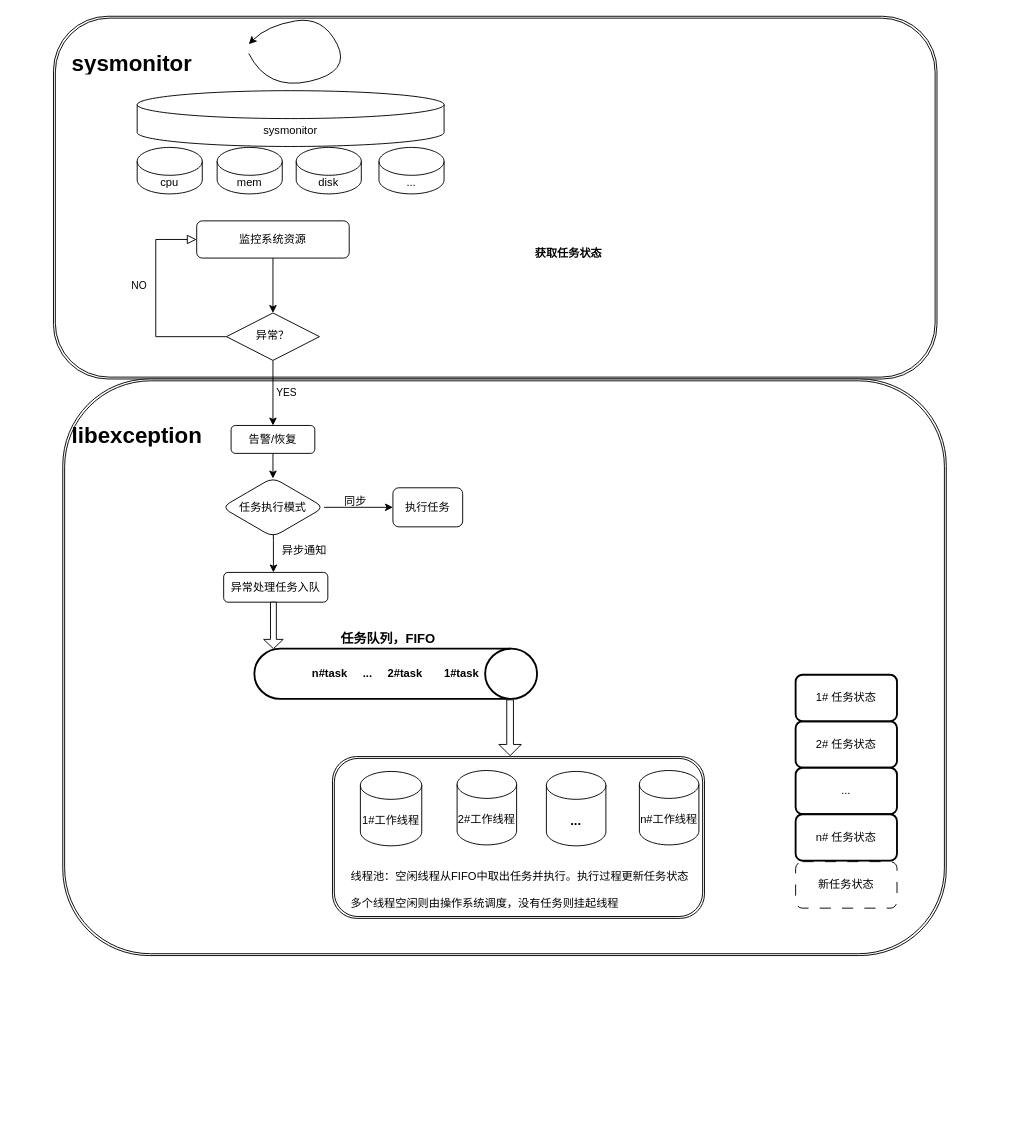
sj168/snd_be keeps this draw.io diagram as 1.drawio. Above is the earlier version. Source tidied: cells renumbered, new cells numbered last; positions are measured from the earlier drawing's top-left corner, leaving out a move shared by most shapes. Both pictures are drawn from the tidied source at 93%, with x=0, y=0 at pixel (53, 16).
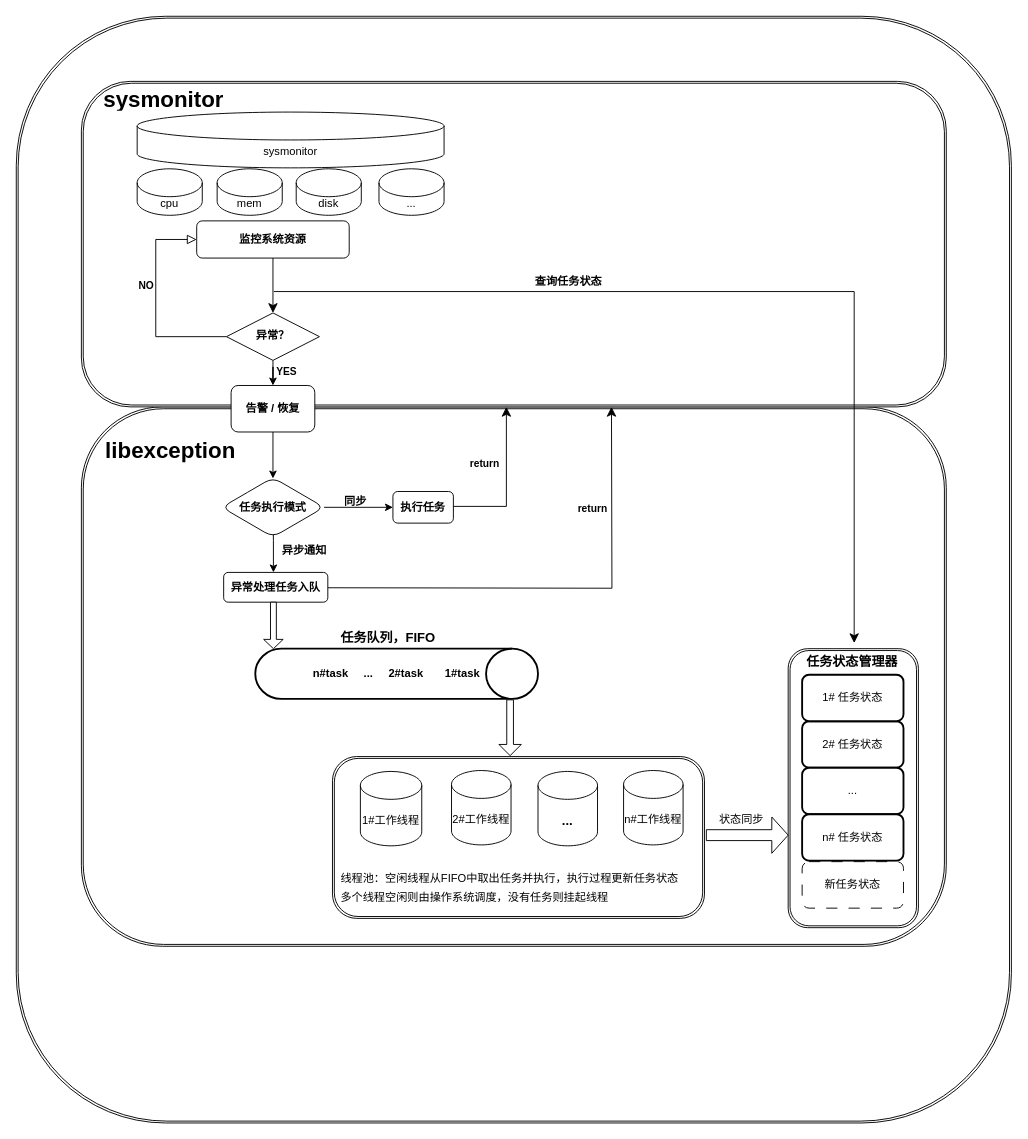
Above is the later version.

The edit, as a diff of the source:
```diff
@@
-    <mxCell id="2" style="shape=ext;double=1;rounded=1;whiteSpace=wrap;html=1;" parent="1" vertex="1">
-      <mxGeometry x="694" y="590" width="120" height="80" as="geometry" />
-    </mxCell>
-    <mxCell id="3" style="shape=ext;double=1;rounded=1;whiteSpace=wrap;html=1;" parent="1" vertex="1">
-      <mxGeometry x="780" y="660" width="160" height="310" as="geometry" />
-    </mxCell>
-    <mxCell id="4" style="shape=ext;double=1;rounded=1;whiteSpace=wrap;html=1;" parent="1" vertex="1">
-      <mxGeometry x="776" y="667" width="154" height="313" as="geometry" />
-    </mxCell>
-    <mxCell id="5" style="shape=ext;double=1;rounded=1;whiteSpace=wrap;html=1;" parent="1" vertex="1">
-      <mxGeometry x="777" y="690" width="143" height="280" as="geometry" />
-    </mxCell>
+    <mxCell id="47" style="shape=ext;double=1;rounded=1;whiteSpace=wrap;html=1;" parent="1" vertex="1">
+      <mxGeometry x="-40" width="1070" height="1190" as="geometry" />
+    </mxCell>
+    <mxCell id="48" style="shape=ext;double=1;rounded=1;whiteSpace=wrap;html=1;" parent="1" vertex="1">
+      <mxGeometry x="30" y="420" width="930" height="580" as="geometry" />
+    </mxCell>
+    <mxCell id="49" style="shape=ext;double=1;rounded=1;whiteSpace=wrap;html=1;" parent="1" vertex="1">
+      <mxGeometry x="790" y="680" width="140" height="300" as="geometry" />
+    </mxCell>
     <mxCell id="6" style="shape=ext;double=1;rounded=1;whiteSpace=wrap;html=1;" parent="1" vertex="1">
-      <mxGeometry width="950" height="390" as="geometry" />
+      <mxGeometry x="30" y="70" width="930" height="350" as="geometry" />
     </mxCell>
-    <mxCell id="7" style="shape=ext;double=1;rounded=1;whiteSpace=wrap;html=1;" parent="1" vertex="1">
-      <mxGeometry x="10" y="390" width="950" height="620" as="geometry" />
-    </mxCell>
@@
     <mxCell id="9" value="sysmonitor" style="shape=cylinder3;whiteSpace=wrap;html=1;boundedLbl=1;backgroundOutline=1;size=15;" parent="1" vertex="1">
-      <mxGeometry x="90" y="80" width="330" height="60" as="geometry" />
+      <mxGeometry x="90" y="103" width="330" height="60" as="geometry" />
     </mxCell>
     <mxCell id="10" value="cpu" style="shape=cylinder3;whiteSpace=wrap;html=1;boundedLbl=1;backgroundOutline=1;size=15;" parent="1" vertex="1">
-      <mxGeometry x="90" y="141" width="70" height="50" as="geometry" />
+      <mxGeometry x="90" y="164" width="70" height="50" as="geometry" />
     </mxCell>
     <mxCell id="11" value="mem" style="shape=cylinder3;whiteSpace=wrap;html=1;boundedLbl=1;backgroundOutline=1;size=15;" parent="1" vertex="1">
-      <mxGeometry x="176" y="141" width="70" height="50" as="geometry" />
+      <mxGeometry x="176" y="164" width="70" height="50" as="geometry" />
     </mxCell>
     <mxCell id="12" value="..." style="shape=cylinder3;whiteSpace=wrap;html=1;boundedLbl=1;backgroundOutline=1;size=15;" parent="1" vertex="1">
-      <mxGeometry x="350" y="141" width="70" height="50" as="geometry" />
+      <mxGeometry x="350" y="164" width="70" height="50" as="geometry" />
     </mxCell>
     <mxCell id="13" value="disk" style="shape=cylinder3;whiteSpace=wrap;html=1;boundedLbl=1;backgroundOutline=1;size=15;" parent="1" vertex="1">
-      <mxGeometry x="261" y="141" width="70" height="50" as="geometry" />
+      <mxGeometry x="261" y="164" width="70" height="50" as="geometry" />
     </mxCell>
-    <mxCell id="14" style="curved=1;endArrow=classic;html=1;rounded=0;" parent="1" edge="1">
-      <mxGeometry relative="1" as="geometry">
-        <mxPoint x="210" y="40" as="sourcePoint" />
-        <mxPoint x="210" y="30" as="targetPoint" />
-        <Array as="points">
-          <mxPoint x="230" y="80" />
-          <mxPoint x="320" y="60" />
-          <mxPoint x="290" />
-          <mxPoint x="230" y="10" />
-        </Array>
-      </mxGeometry>
-    </mxCell>
-    <mxCell id="15" style="edgeStyle=orthogonalEdgeStyle;rounded=0;jettySize=auto;html=1;" parent="1" edge="1" source="16" target="19">
+    <mxCell id="15" style="edgeStyle=orthogonalEdgeStyle;rounded=0;jettySize=auto;html=1;endSize=8;" parent="1" edge="1" source="16" target="19">
       <mxGeometry relative="1" as="geometry" />
     </mxCell>
-    <mxCell id="16" value="监控系统资源" style="rounded=1;whiteSpace=wrap;html=1;fontSize=12;glass=0;strokeWidth=1;shadow=0;" parent="1" vertex="1">
+    <mxCell id="16" value="&lt;b&gt;监控系统资源&lt;/b&gt;" style="rounded=1;whiteSpace=wrap;html=1;fontSize=12;glass=0;strokeWidth=1;shadow=0;" parent="1" vertex="1">
       <mxGeometry x="154" y="220" width="164" height="40" as="geometry" />
     </mxCell>
-    <mxCell id="17" value="NO" style="edgeStyle=orthogonalEdgeStyle;rounded=0;html=1;jettySize=auto;fontSize=11;endArrow=block;endFill=0;endSize=8;strokeWidth=1;shadow=0;labelBackgroundColor=none;entryX=0;entryY=0.5;entryDx=0;entryDy=0;" parent="1" edge="1" source="19" target="16">
+    <mxCell id="17" value="&lt;b&gt;&amp;nbsp; &amp;nbsp; &amp;nbsp;NO&lt;/b&gt;" style="edgeStyle=orthogonalEdgeStyle;rounded=0;html=1;jettySize=auto;fontSize=11;endArrow=block;endFill=0;endSize=8;strokeWidth=1;shadow=0;labelBackgroundColor=none;entryX=0;entryY=0.5;entryDx=0;entryDy=0;" parent="1" edge="1" source="19" target="16">
       <mxGeometry x="0.17" y="18" relative="1" as="geometry">
         <Array as="points">
           <mxPoint x="110" y="345" />
           <mxPoint x="110" y="240" />
         </Array>
       </mxGeometry>
     </mxCell>
@@
-    <mxCell id="19" value="异常？" style="rhombus;whiteSpace=wrap;html=1;shadow=0;fontFamily=Helvetica;fontSize=12;align=center;strokeWidth=1;spacing=6;spacingTop=-4;" parent="1" vertex="1">
+    <mxCell id="19" value="&lt;b&gt;异常？&lt;/b&gt;" style="rhombus;whiteSpace=wrap;html=1;shadow=0;fontFamily=Helvetica;fontSize=12;align=center;strokeWidth=1;spacing=6;spacingTop=-4;" parent="1" vertex="1">
       <mxGeometry x="186" y="319" width="100" height="51" as="geometry" />
     </mxCell>
@@
-    <mxCell id="21" value="告警/恢复" style="rounded=1;whiteSpace=wrap;html=1;fontSize=12;glass=0;strokeWidth=1;shadow=0;" parent="1" vertex="1">
-      <mxGeometry x="191" y="440" width="90" height="30" as="geometry" />
-    </mxCell>
-    <mxCell id="22" value="异常处理任务入队" style="whiteSpace=wrap;html=1;rounded=1;glass=0;strokeWidth=1;shadow=0;" parent="1" vertex="1">
+    <mxCell id="22" value="&lt;b&gt;异常处理任务入队&lt;/b&gt;" style="whiteSpace=wrap;html=1;rounded=1;glass=0;strokeWidth=1;shadow=0;" parent="1" vertex="1">
       <mxGeometry x="183" y="598" width="112" height="32" as="geometry" />
     </mxCell>
     <mxCell id="23" value="&lt;b&gt;n#task&amp;nbsp; &amp;nbsp; &amp;nbsp;...&amp;nbsp; &amp;nbsp; &amp;nbsp;2#task&amp;nbsp; &amp;nbsp; &amp;nbsp; &amp;nbsp;1#task&lt;/b&gt;" style="strokeWidth=2;html=1;shape=mxgraph.flowchart.direct_data;whiteSpace=wrap;" parent="1" vertex="1">
-      <mxGeometry x="216" y="680" width="304" height="54" as="geometry" />
+      <mxGeometry x="217" y="680" width="304" height="54" as="geometry" />
     </mxCell>
@@
     <mxCell id="25" value="2#工作线程" style="shape=cylinder3;whiteSpace=wrap;html=1;boundedLbl=1;backgroundOutline=1;size=15;" parent="1" vertex="1">
-      <mxGeometry x="434" y="811" width="64" height="80" as="geometry" />
+      <mxGeometry x="428" y="811" width="64" height="80" as="geometry" />
     </mxCell>
     <mxCell id="26" value="&lt;font style=&quot;font-size: 14px;&quot;&gt;&lt;b&gt;...&lt;/b&gt;&lt;/font&gt;" style="shape=cylinder3;whiteSpace=wrap;html=1;boundedLbl=1;backgroundOutline=1;size=15;" parent="1" vertex="1">
-      <mxGeometry x="530" y="812" width="64" height="80" as="geometry" />
+      <mxGeometry x="521" y="812" width="64" height="80" as="geometry" />
     </mxCell>
     <mxCell id="27" value="n#工作线程" style="shape=cylinder3;whiteSpace=wrap;html=1;boundedLbl=1;backgroundOutline=1;size=15;" parent="1" vertex="1">
-      <mxGeometry x="630" y="811" width="64" height="80" as="geometry" />
+      <mxGeometry x="613" y="811" width="64" height="80" as="geometry" />
     </mxCell>
@@
     <mxCell id="29" value="&lt;h1 style=&quot;margin-top: 0px;&quot;&gt;&lt;span style=&quot;font-size: 14px;&quot;&gt;任务队列，FIFO&lt;/span&gt;&lt;/h1&gt;" style="text;html=1;whiteSpace=wrap;overflow=hidden;rounded=0;" parent="1" vertex="1">
-      <mxGeometry x="307" y="645" width="142" height="30" as="geometry" />
+      <mxGeometry x="307" y="644" width="142" height="36" as="geometry" />
     </mxCell>
-    <mxCell id="30" value="&lt;h1 style=&quot;margin-top: 0px;&quot;&gt;&lt;span style=&quot;font-weight: normal;&quot;&gt;&lt;font style=&quot;font-size: 12px;&quot;&gt;线程池：空闲线程从FIFO中取出任务并执行。执行过程更新任务状态&lt;br&gt;多个线程空闲则由操作系统调度，没有任务则挂起线程&lt;/font&gt;&lt;/span&gt;&lt;/h1&gt;" style="text;html=1;whiteSpace=wrap;overflow=hidden;rounded=0;" parent="1" vertex="1">
-      <mxGeometry x="318" y="900" width="443" height="73" as="geometry" />
+    <mxCell id="30" value="&lt;h1 style=&quot;margin-top: 0px; line-height: 70%;&quot;&gt;&lt;span style=&quot;font-weight: normal;&quot;&gt;&lt;font style=&quot;font-size: 12px;&quot;&gt;线程池：空闲线程从FIFO中取出任务并执行，执行过程更新任务状态&lt;br&gt;多个线程空闲则由操作系统调度，没有任务则挂起线程&lt;/font&gt;&lt;/span&gt;&lt;/h1&gt;" style="text;html=1;whiteSpace=wrap;overflow=hidden;rounded=0;" parent="1" vertex="1">
+      <mxGeometry x="307" y="908" width="443" height="73" as="geometry" />
     </mxCell>
     <mxCell id="31" value="&lt;h1 style=&quot;margin-top: 0px;&quot;&gt;&lt;font style=&quot;font-size: 24px;&quot;&gt;libexception&lt;/font&gt;&lt;/h1&gt;" style="text;html=1;whiteSpace=wrap;overflow=hidden;rounded=0;" parent="1" vertex="1">
-      <mxGeometry x="18" y="430" width="142" height="30" as="geometry" />
+      <mxGeometry x="54" y="447" width="142" height="30" as="geometry" />
     </mxCell>
     <mxCell id="32" value="&lt;h1 style=&quot;margin-top: 0px;&quot;&gt;&lt;font style=&quot;font-size: 24px;&quot;&gt;sysmonitor&lt;/font&gt;&lt;/h1&gt;" style="text;html=1;whiteSpace=wrap;overflow=hidden;rounded=0;" parent="1" vertex="1">
-      <mxGeometry x="18" y="30" width="142" height="30" as="geometry" />
+      <mxGeometry x="52" y="69" width="142" height="30" as="geometry" />
     </mxCell>
@@
-    <mxCell id="35" value="任务执行模式" style="rhombus;whiteSpace=wrap;html=1;rounded=1;glass=0;strokeWidth=1;shadow=0;" parent="1" vertex="1">
+    <mxCell id="35" value="&lt;b&gt;任务执行模式&lt;/b&gt;" style="rhombus;whiteSpace=wrap;html=1;rounded=1;glass=0;strokeWidth=1;shadow=0;" parent="1" vertex="1">
       <mxGeometry x="181" y="496" width="110" height="64" as="geometry" />
     </mxCell>
-    <mxCell id="36" value="执行任务" style="whiteSpace=wrap;html=1;rounded=1;glass=0;strokeWidth=1;shadow=0;" parent="1" vertex="1">
-      <mxGeometry x="365" y="507" width="75" height="42" as="geometry" />
+    <mxCell id="36" value="&lt;b&gt;执行任务&lt;/b&gt;" style="whiteSpace=wrap;html=1;rounded=1;glass=0;strokeWidth=1;shadow=0;" parent="1" vertex="1">
+      <mxGeometry x="365" y="511" width="65" height="34" as="geometry" />
     </mxCell>
@@
-    <mxCell id="38" value="同步" style="text;html=1;align=center;verticalAlign=middle;whiteSpace=wrap;rounded=0;" parent="1" vertex="1">
+    <mxCell id="38" value="&lt;b&gt;同步&lt;/b&gt;" style="text;html=1;align=center;verticalAlign=middle;whiteSpace=wrap;rounded=0;" parent="1" vertex="1">
       <mxGeometry x="295" y="507" width="60" height="30" as="geometry" />
     </mxCell>
-    <mxCell id="39" value="异步通知" style="text;html=1;align=center;verticalAlign=middle;whiteSpace=wrap;rounded=0;" parent="1" vertex="1">
+    <mxCell id="39" value="&lt;b&gt;异步通知&lt;/b&gt;" style="text;html=1;align=center;verticalAlign=middle;whiteSpace=wrap;rounded=0;" parent="1" vertex="1">
       <mxGeometry x="240" y="560" width="60" height="30" as="geometry" />
     </mxCell>
-    <mxCell id="40" value="&lt;font style=&quot;font-size: 11px;&quot;&gt;YES&lt;/font&gt;" style="text;html=1;align=center;verticalAlign=middle;whiteSpace=wrap;rounded=0;" parent="1" vertex="1">
-      <mxGeometry x="221" y="390" width="60" height="30" as="geometry" />
+    <mxCell id="40" value="&lt;font style=&quot;font-size: 11px;&quot;&gt;&lt;b&gt;YES&lt;/b&gt;&lt;/font&gt;" style="text;html=1;align=center;verticalAlign=middle;whiteSpace=wrap;rounded=0;" parent="1" vertex="1">
+      <mxGeometry x="221" y="367" width="60" height="30" as="geometry" />
     </mxCell>
     <mxCell id="41" value="2# 任务状态" style="rounded=1;whiteSpace=wrap;html=1;strokeWidth=2;" parent="1" vertex="1">
-      <mxGeometry x="798" y="758" width="109" height="50" as="geometry" />
+      <mxGeometry x="805" y="758" width="109" height="50" as="geometry" />
     </mxCell>
     <mxCell id="42" value="1# 任务状态" style="rounded=1;whiteSpace=wrap;html=1;strokeWidth=2;" parent="1" vertex="1">
-      <mxGeometry x="798" y="708" width="109" height="50" as="geometry" />
+      <mxGeometry x="805" y="708" width="109" height="50" as="geometry" />
     </mxCell>
     <mxCell id="43" value="..." style="rounded=1;whiteSpace=wrap;html=1;strokeWidth=2;" parent="1" vertex="1">
-      <mxGeometry x="798" y="808" width="109" height="50" as="geometry" />
+      <mxGeometry x="805" y="808" width="109" height="50" as="geometry" />
     </mxCell>
     <mxCell id="44" value="n# 任务状态" style="rounded=1;whiteSpace=wrap;html=1;strokeWidth=2;" parent="1" vertex="1">
-      <mxGeometry x="798" y="858" width="109" height="50" as="geometry" />
+      <mxGeometry x="805" y="858" width="109" height="50" as="geometry" />
     </mxCell>
-    <mxCell id="45" value="&lt;b&gt;获取任务状态&lt;/b&gt;" style="text;html=1;align=center;verticalAlign=middle;whiteSpace=wrap;rounded=0;" parent="1" vertex="1">
-      <mxGeometry x="514" y="240" width="80" height="30" as="geometry" />
+    <mxCell id="45" value="&lt;b&gt;查询任务状态&lt;/b&gt;" style="text;html=1;align=center;verticalAlign=middle;whiteSpace=wrap;rounded=0;" parent="1" vertex="1">
+      <mxGeometry x="514" y="270" width="80" height="30" as="geometry" />
     </mxCell>
     <mxCell id="46" value="新任务状态" style="rounded=1;whiteSpace=wrap;html=1;dashed=1;dashPattern=12 12;strokeWidth=1;" parent="1" vertex="1">
-      <mxGeometry x="798" y="909" width="109" height="50" as="geometry" />
+      <mxGeometry x="805" y="909" width="109" height="50" as="geometry" />
     </mxCell>
+    <mxCell id="50" value="&lt;h1 style=&quot;margin-top: 0px;&quot;&gt;&lt;span style=&quot;font-size: 14px;&quot;&gt;任务状态管理器&lt;/span&gt;&lt;/h1&gt;" style="text;html=1;whiteSpace=wrap;overflow=hidden;rounded=0;" parent="1" vertex="1">
+      <mxGeometry x="808" y="670" width="142" height="30" as="geometry" />
+    </mxCell>
+    <mxCell id="51" style="shape=singleArrow;whiteSpace=wrap;html=1;" parent="1" vertex="1">
+      <mxGeometry x="702" y="861" width="88" height="39" as="geometry" />
+    </mxCell>
+    <mxCell id="52" value="状态同步" style="text;html=1;align=center;verticalAlign=middle;whiteSpace=wrap;rounded=0;" parent="1" vertex="1">
+      <mxGeometry x="710" y="849" width="60" height="30" as="geometry" />
+    </mxCell>
+    <mxCell id="53" style="edgeStyle=elbowEdgeStyle;elbow=vertical;endArrow=classic;html=1;curved=0;rounded=0;endSize=8;startSize=8;entryX=0.373;entryY=0.133;entryDx=0;entryDy=0;entryPerimeter=0;" parent="1" edge="1" target="50">
+      <mxGeometry relative="1" as="geometry">
+        <mxPoint x="237" y="296" as="sourcePoint" />
+        <Array as="points">
+          <mxPoint x="587" y="296" />
+        </Array>
+      </mxGeometry>
+    </mxCell>
+    <mxCell id="21" value="&lt;b&gt;告警 / 恢复&lt;/b&gt;" style="rounded=1;whiteSpace=wrap;html=1;fontSize=12;glass=0;strokeWidth=1;shadow=0;" parent="1" vertex="1">
+      <mxGeometry x="191" y="397" width="90" height="50" as="geometry" />
+    </mxCell>
+    <mxCell id="54" value="&lt;font style=&quot;font-size: 11px;&quot;&gt;&lt;b&gt;return&lt;/b&gt;&lt;/font&gt;" style="text;html=1;align=center;verticalAlign=middle;whiteSpace=wrap;rounded=0;" parent="1" vertex="1">
+      <mxGeometry x="434" y="466" width="60" height="30" as="geometry" />
+    </mxCell>
+    <mxCell id="55" style="edgeStyle=orthogonalEdgeStyle;rounded=0;orthogonalLoop=1;jettySize=auto;html=1;endSize=8;startSize=8;" parent="1" edge="1">
+      <mxGeometry relative="1" as="geometry">
+        <mxPoint x="295" y="614.5" as="sourcePoint" />
+        <mxPoint x="600" y="420" as="targetPoint" />
+      </mxGeometry>
+    </mxCell>
+    <mxCell id="56" value="&lt;font style=&quot;font-size: 11px;&quot;&gt;&lt;b&gt;return&lt;/b&gt;&lt;/font&gt;" style="text;html=1;align=center;verticalAlign=middle;whiteSpace=wrap;rounded=0;" parent="1" vertex="1">
+      <mxGeometry x="550" y="515" width="60" height="30" as="geometry" />
+    </mxCell>
+    <mxCell id="57" style="edgeStyle=segmentEdgeStyle;endArrow=classic;html=1;curved=0;rounded=0;endSize=8;startSize=8;" parent="1" edge="1">
+      <mxGeometry relative="1" as="geometry">
+        <mxPoint x="430" y="527" as="sourcePoint" />
+        <mxPoint x="487" y="420" as="targetPoint" />
+      </mxGeometry>
+    </mxCell>
```
